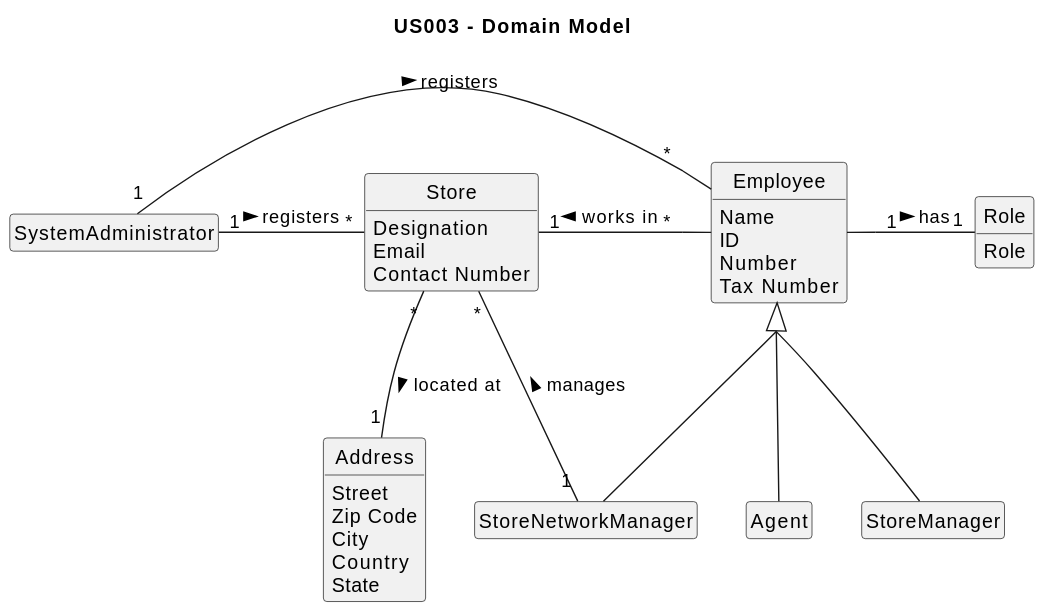
The PlantUML diagram docs/sprintA/US03/02.analysis/svg/us03-domain-model.svg in PureNimble/ISEP-LAPR2, before a commit.
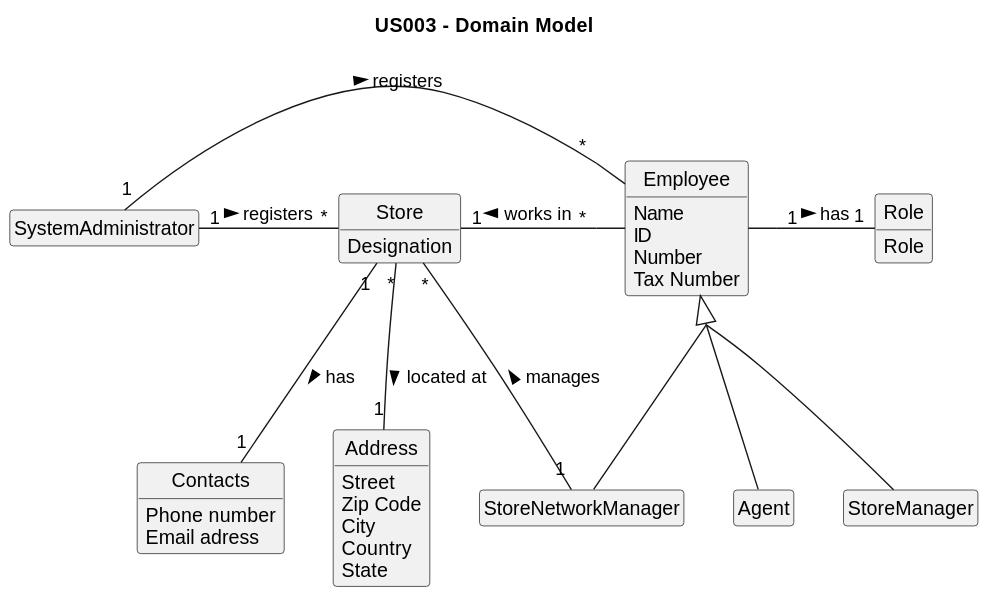
After the commit.

Commit message:
Updating glossary store information

Change to the diagram source:
```diff
@@ -8,6 +8,8 @@
 hide empty members
 skinparam groupInheritance 3
 hide circle
+
+class Contacts
 
 class SystemAdministrator
 
@@ -33,8 +35,7 @@
 
 class Store {
 Designation
-Email
-Contact Number
+
 }
 
 class Address {
@@ -55,6 +56,11 @@
 Tax Number
 }
 
+class Contacts {
+Phone number
+Email adress
+}
+
 SystemAdministrator "1" - "*" Store : registers >
 
 Store "*" -- "1" Address : located at >
@@ -72,4 +78,6 @@
 Employee <|-- Agent
 
 StoreNetworkManager "1" - "*" Store : manages >
+
+Store "1" -- "1" Contacts: has >
 @enduml
```
